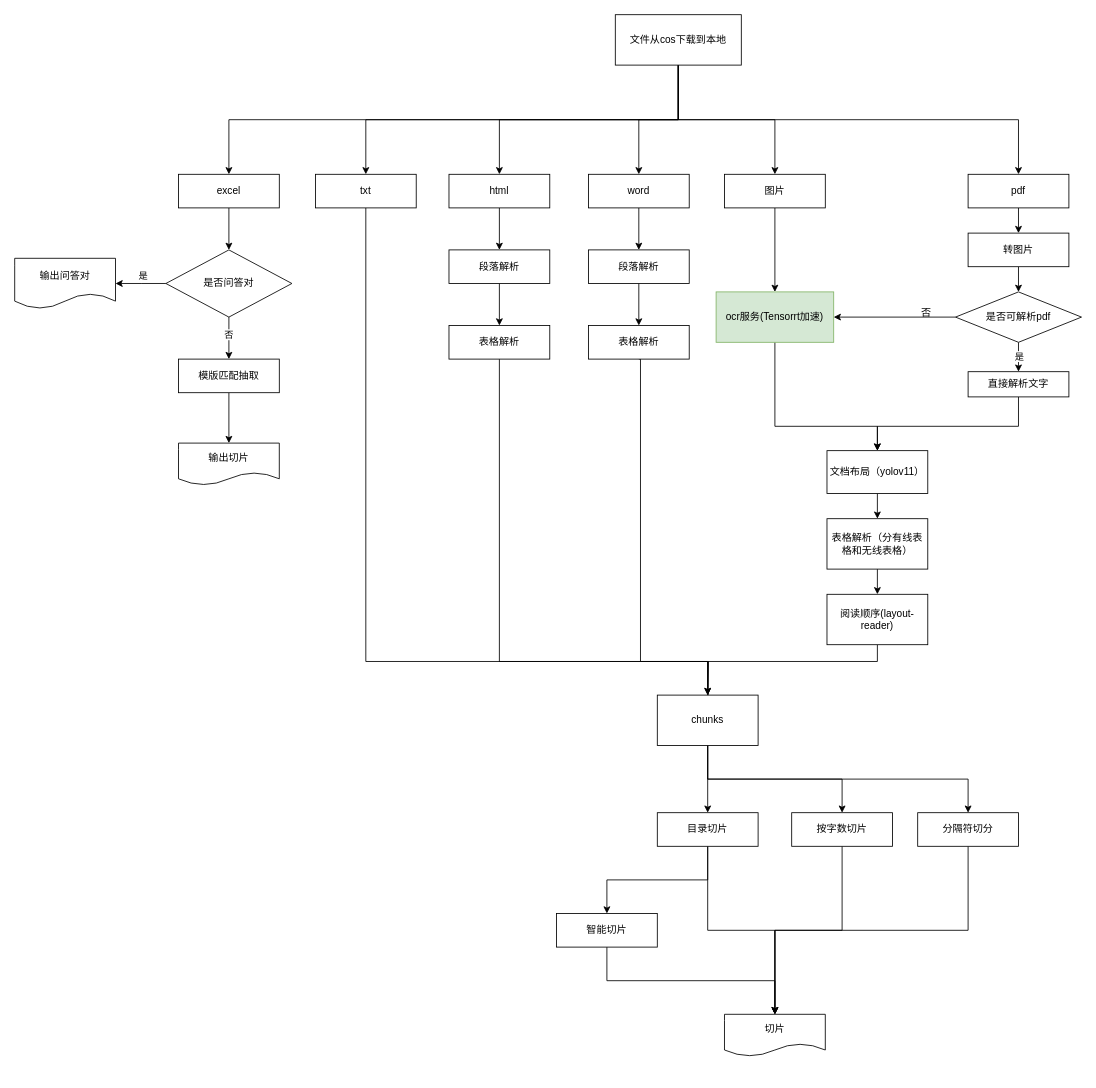
Above: 知识库二期文档处理切片流程.drawio in archwolf118/AI (draw.io), before the change. Source tidied: cells renumbered, new cells numbered last; positions are measured from the earlier drawing's top-left corner, leaving out a move shared by most shapes. Both pictures are drawn from the tidied source at 84%, with x=0, y=0 at pixel (14, 14).
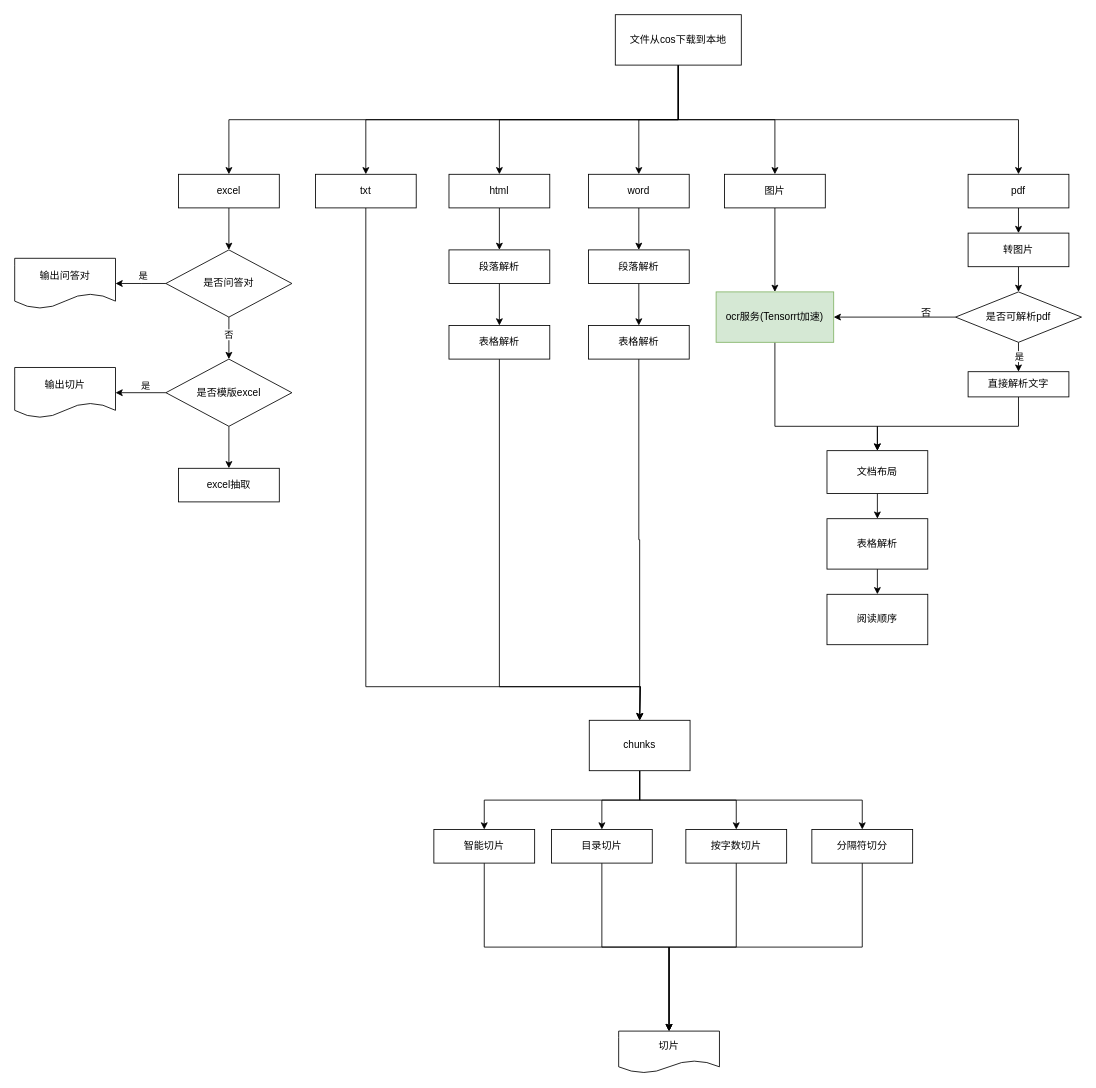
The same diagram, later.

Commit message:
Update 知识库二期文档处理切片流程.drawio

Unchanged cells that the change refers to:
```xml
<mxCell id="16" value="txt" style="rounded=0;whiteSpace=wrap;html=1;" parent="1" vertex="1">
  <mxGeometry x="358" y="190" width="120" height="40" as="geometry" />
</mxCell>
<mxCell id="32" value="表格解析" style="rounded=0;whiteSpace=wrap;html=1;" parent="1" vertex="1">
  <mxGeometry x="683" y="370" width="120" height="40" as="geometry" />
</mxCell>
<mxCell id="61" value="表格解析" style="rounded=0;whiteSpace=wrap;html=1;" parent="1" vertex="1">
  <mxGeometry x="517" y="370" width="120" height="40" as="geometry" />
</mxCell>
```

What changed in the source:
```diff
@@
-    <mxCell id="15" style="edgeStyle=orthogonalEdgeStyle;rounded=0;jettySize=auto;html=1;exitX=0.5;exitY=1;exitDx=0;exitDy=0;" parent="1" edge="1" source="16">
+    <mxCell id="15" style="edgeStyle=orthogonalEdgeStyle;rounded=0;jettySize=auto;html=1;exitX=0.5;exitY=1;exitDx=0;exitDy=0;entryX=0.5;entryY=0;entryDx=0;entryDy=0;" parent="1" edge="1" source="16" target="36">
       <mxGeometry relative="1" as="geometry">
-        <mxPoint x="825" y="850" as="targetPoint" />
         <Array as="points">
-          <mxPoint x="418" y="770" />
-          <mxPoint x="825" y="770" />
+          <mxPoint x="418" y="800" />
+          <mxPoint x="745" y="800" />
+          <mxPoint x="745" y="840" />
         </Array>
       </mxGeometry>
     </mxCell>
@@
-    <mxCell id="22" value="文档布局（yolov11）" style="rounded=0;whiteSpace=wrap;html=1;" parent="1" vertex="1">
+    <mxCell id="22" value="文档布局" style="rounded=0;whiteSpace=wrap;html=1;" parent="1" vertex="1">
       <mxGeometry x="967" y="519" width="120" height="51" as="geometry" />
     </mxCell>
@@
-    <mxCell id="24" value="表格解析（分有线表格和无线表格）" style="rounded=0;whiteSpace=wrap;html=1;" parent="1" vertex="1">
+    <mxCell id="24" value="表格解析" style="rounded=0;whiteSpace=wrap;html=1;" parent="1" vertex="1">
       <mxGeometry x="967" y="600" width="120" height="60" as="geometry" />
     </mxCell>
-    <mxCell id="25" style="edgeStyle=orthogonalEdgeStyle;rounded=0;jettySize=auto;html=1;exitX=0.5;exitY=1;exitDx=0;exitDy=0;entryX=0.5;entryY=0;entryDx=0;entryDy=0;" parent="1" edge="1" source="26" target="36">
-      <mxGeometry relative="1" as="geometry">
-        <Array as="points">
-          <mxPoint x="1027" y="770" />
-          <mxPoint x="825" y="770" />
-        </Array>
-      </mxGeometry>
-    </mxCell>
-    <mxCell id="26" value="阅读顺序(layout-reader&lt;span style=&quot;background-color: initial;&quot;&gt;)&lt;/span&gt;" style="rounded=0;whiteSpace=wrap;html=1;" parent="1" vertex="1">
+    <mxCell id="26" value="阅读顺序" style="rounded=0;whiteSpace=wrap;html=1;" parent="1" vertex="1">
       <mxGeometry x="967" y="690" width="120" height="60" as="geometry" />
     </mxCell>
@@
-    <mxCell id="31" style="edgeStyle=orthogonalEdgeStyle;rounded=0;jettySize=auto;html=1;exitX=0.5;exitY=1;exitDx=0;exitDy=0;" parent="1" edge="1" source="32">
-      <mxGeometry relative="1" as="geometry">
-        <mxPoint x="825" y="850" as="targetPoint" />
-        <Array as="points">
-          <mxPoint x="745" y="410" />
-          <mxPoint x="745" y="770" />
-          <mxPoint x="826" y="770" />
-          <mxPoint x="826" y="850" />
-        </Array>
-      </mxGeometry>
-    </mxCell>
+    <mxCell id="69" style="edgeStyle=orthogonalEdgeStyle;rounded=0;jettySize=auto;html=1;exitX=0.5;exitY=1;exitDx=0;exitDy=0;entryX=0.5;entryY=0;entryDx=0;entryDy=0;" parent="1" edge="1" source="32" target="36">
+      <mxGeometry relative="1" as="geometry" />
+    </mxCell>
@@
+    <mxCell id="70" style="edgeStyle=orthogonalEdgeStyle;rounded=0;jettySize=auto;html=1;exitX=0.5;exitY=1;exitDx=0;exitDy=0;entryX=0.5;entryY=0;entryDx=0;entryDy=0;" parent="1" edge="1" source="36" target="50">
+      <mxGeometry relative="1" as="geometry" />
+    </mxCell>
     <mxCell id="36" value="chunks" style="rounded=0;whiteSpace=wrap;html=1;" parent="1" vertex="1">
-      <mxGeometry x="765" y="810" width="120" height="60" as="geometry" />
+      <mxGeometry x="684" y="840" width="120" height="60" as="geometry" />
     </mxCell>
@@
-    <mxCell id="42" style="edgeStyle=orthogonalEdgeStyle;rounded=0;jettySize=auto;html=1;exitX=0.5;exitY=1;exitDx=0;exitDy=0;entryX=0.5;entryY=0;entryDx=0;entryDy=0;" parent="1" edge="1" source="43" target="44">
-      <mxGeometry relative="1" as="geometry" />
-    </mxCell>
-    <mxCell id="43" value="模版匹配抽取" style="rounded=0;whiteSpace=wrap;html=1;" parent="1" vertex="1">
-      <mxGeometry x="195" y="410" width="120" height="40" as="geometry" />
+    <mxCell id="43" value="excel抽取" style="rounded=0;whiteSpace=wrap;html=1;" parent="1" vertex="1">
+      <mxGeometry x="195" y="540" width="120" height="40" as="geometry" />
     </mxCell>
-    <mxCell id="44" value="输出切片" style="shape=document;whiteSpace=wrap;html=1;boundedLbl=1;" parent="1" vertex="1">
-      <mxGeometry x="195" y="510" width="120" height="50" as="geometry" />
-    </mxCell>
@@
-    <mxCell id="46" style="edgeStyle=orthogonalEdgeStyle;rounded=0;jettySize=auto;html=1;exitX=0.5;exitY=1;exitDx=0;exitDy=0;entryX=0.5;entryY=0;entryDx=0;entryDy=0;" parent="1" edge="1" source="48" target="50">
-      <mxGeometry relative="1" as="geometry" />
-    </mxCell>
@@
     <mxCell id="48" value="目录切片" style="rounded=0;whiteSpace=wrap;html=1;" parent="1" vertex="1">
-      <mxGeometry x="765" y="950" width="120" height="40" as="geometry" />
+      <mxGeometry x="639" y="970" width="120" height="40" as="geometry" />
     </mxCell>
@@
     <mxCell id="50" value="智能切片" style="rounded=0;whiteSpace=wrap;html=1;" parent="1" vertex="1">
-      <mxGeometry x="645" y="1070" width="120" height="40" as="geometry" />
+      <mxGeometry x="499" y="970" width="120" height="40" as="geometry" />
     </mxCell>
@@
     <mxCell id="52" value="按字数切片" style="rounded=0;whiteSpace=wrap;html=1;" parent="1" vertex="1">
-      <mxGeometry x="925" y="950" width="120" height="40" as="geometry" />
+      <mxGeometry x="799" y="970" width="120" height="40" as="geometry" />
     </mxCell>
@@
     <mxCell id="54" value="分隔符切分" style="rounded=0;whiteSpace=wrap;html=1;" parent="1" vertex="1">
-      <mxGeometry x="1075" y="950" width="120" height="40" as="geometry" />
+      <mxGeometry x="949" y="970" width="120" height="40" as="geometry" />
     </mxCell>
     <mxCell id="55" value="切片" style="shape=document;whiteSpace=wrap;html=1;boundedLbl=1;" parent="1" vertex="1">
-      <mxGeometry x="845" y="1190" width="120" height="50" as="geometry" />
+      <mxGeometry x="719" y="1210" width="120" height="50" as="geometry" />
     </mxCell>
@@
     <mxCell id="60" style="edgeStyle=orthogonalEdgeStyle;rounded=0;jettySize=auto;html=1;exitX=0.5;exitY=1;exitDx=0;exitDy=0;entryX=0.5;entryY=0;entryDx=0;entryDy=0;" parent="1" edge="1" source="61" target="36">
       <mxGeometry relative="1" as="geometry">
         <Array as="points">
-          <mxPoint x="577" y="770" />
-          <mxPoint x="825" y="770" />
+          <mxPoint x="577" y="800" />
+          <mxPoint x="745" y="800" />
+          <mxPoint x="745" y="840" />
         </Array>
       </mxGeometry>
     </mxCell>
@@
+    <mxCell id="71" style="edgeStyle=orthogonalEdgeStyle;rounded=0;jettySize=auto;html=1;exitX=0;exitY=0.5;exitDx=0;exitDy=0;entryX=1;entryY=0.5;entryDx=0;entryDy=0;" parent="1" edge="1" source="74" target="44">
+      <mxGeometry relative="1" as="geometry" />
+    </mxCell>
+    <mxCell id="72" value="是" style="edgeLabel;html=1;align=center;verticalAlign=middle;" parent="71" vertex="1">
+      <mxGeometry x="-0.17" y="-3" relative="1" as="geometry">
+        <mxPoint y="-6" as="offset" />
+      </mxGeometry>
+    </mxCell>
+    <mxCell id="73" style="edgeStyle=orthogonalEdgeStyle;rounded=0;jettySize=auto;html=1;exitX=0.5;exitY=1;exitDx=0;exitDy=0;entryX=0.5;entryY=0;entryDx=0;entryDy=0;" parent="1" edge="1" source="74" target="43">
+      <mxGeometry relative="1" as="geometry" />
+    </mxCell>
+    <mxCell id="74" value="是否模版excel" style="rhombus;whiteSpace=wrap;html=1;" parent="1" vertex="1">
+      <mxGeometry x="180" y="410" width="150" height="80" as="geometry" />
+    </mxCell>
+    <mxCell id="44" value="输出切片" style="shape=document;whiteSpace=wrap;html=1;boundedLbl=1;" parent="1" vertex="1">
+      <mxGeometry y="420" width="120" height="60" as="geometry" />
+    </mxCell>
```
